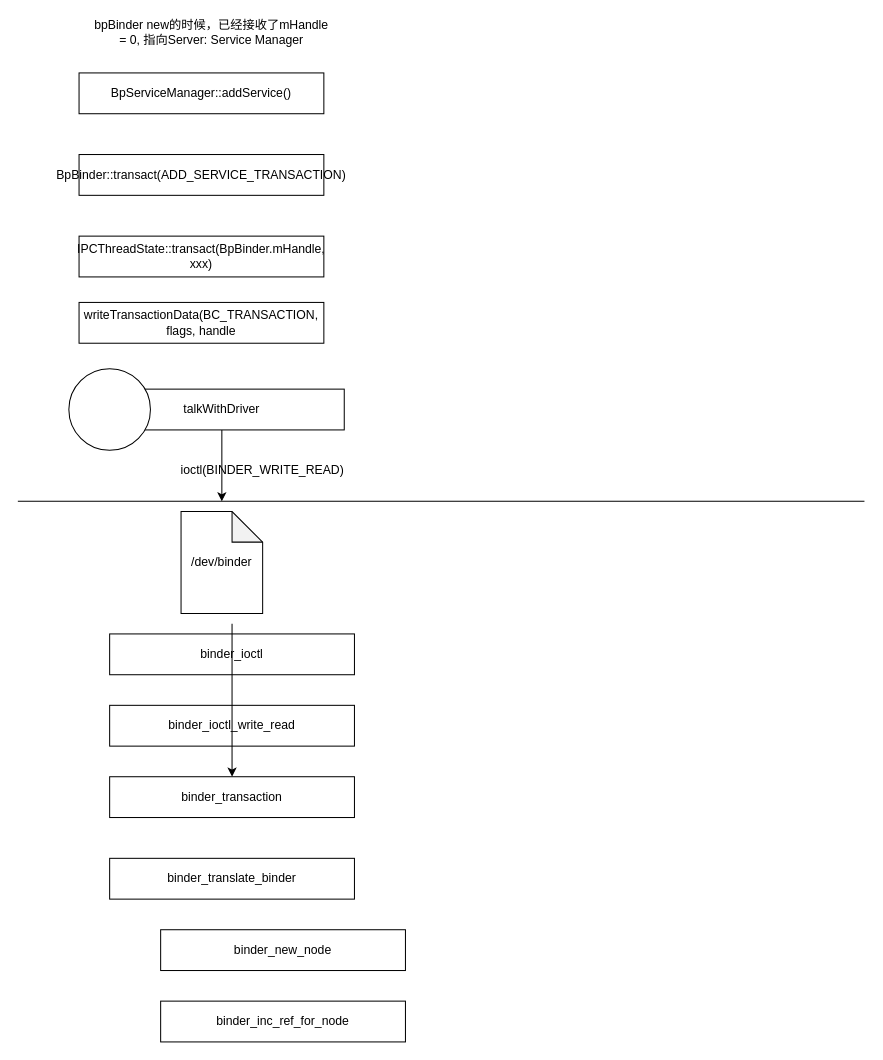
Above: binder/diagram/binder_cs_flow.drawio in cuijpus/Android (draw.io), before the change. Source tidied: cells renumbered, new cells numbered last; positions are measured from the earlier drawing's top-left corner, leaving out a move shared by most shapes. Both pictures are drawn from the tidied source at 102%, with x=0, y=0 at pixel (17, 21).
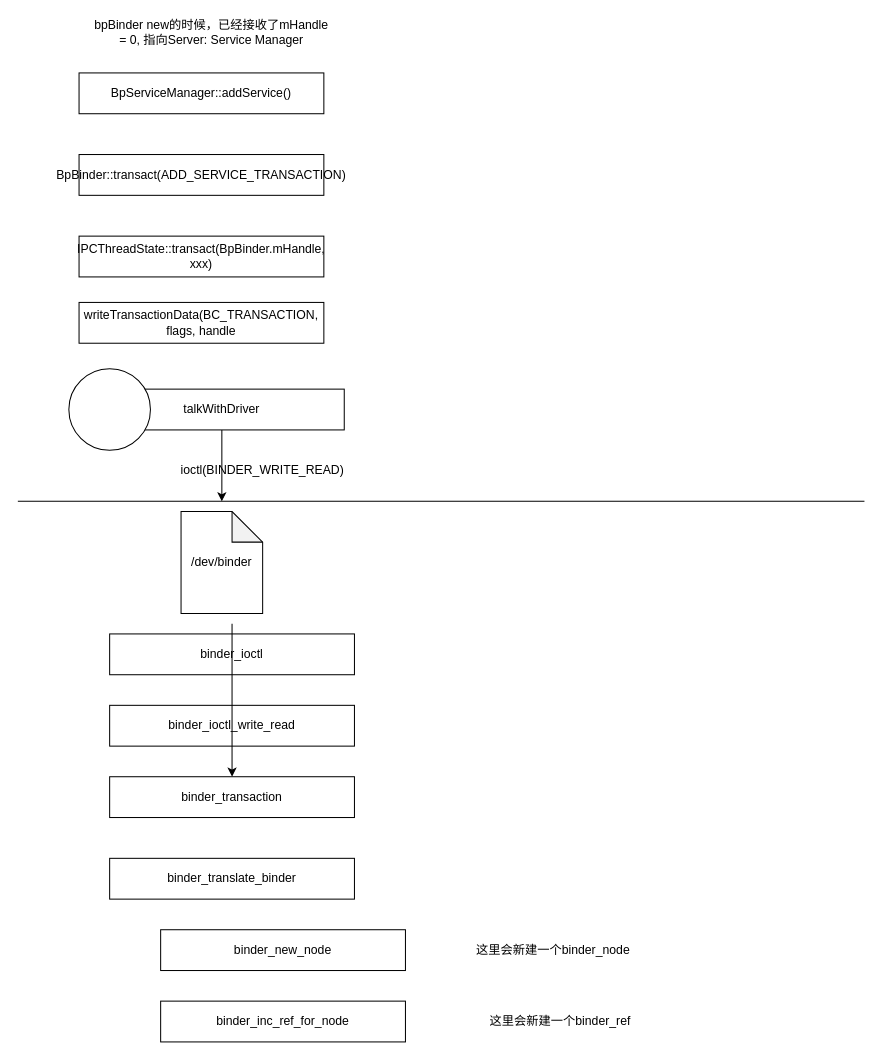
After the change.

What changed in the source:
```diff
@@
+    <mxCell id="20" value="这里会新建一个binder_node" style="text;html=1;strokeColor=none;fillColor=none;align=center;verticalAlign=middle;whiteSpace=wrap;rounded=0;" parent="1" vertex="1">
+      <mxGeometry x="420" y="900" width="210" height="20" as="geometry" />
+    </mxCell>
+    <mxCell id="21" value="这里会新建一个binder_ref" style="text;html=1;strokeColor=none;fillColor=none;align=center;verticalAlign=middle;whiteSpace=wrap;rounded=0;" parent="1" vertex="1">
+      <mxGeometry x="427" y="970" width="210" height="20" as="geometry" />
+    </mxCell>
```
